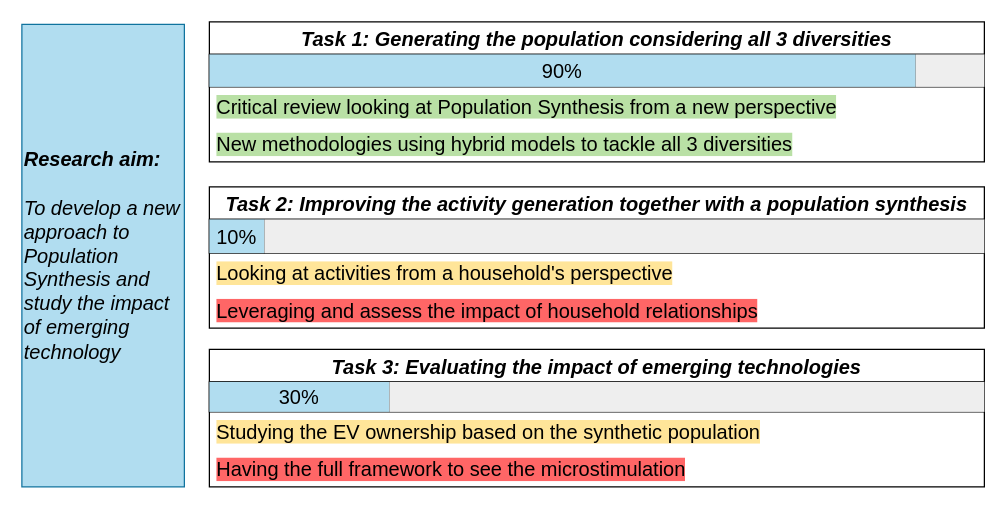
Before: PopSynthesis/Methods/Progress_review.drawio in bobkatla/PopSyn_Monash, a draw.io diagram. Source tidied: cells renumbered, new cells numbered last; positions are measured from the earlier drawing's top-left corner, leaving out a move shared by most shapes. Both pictures are drawn from the tidied source at 125%, with x=0, y=0 at pixel (21, 21).
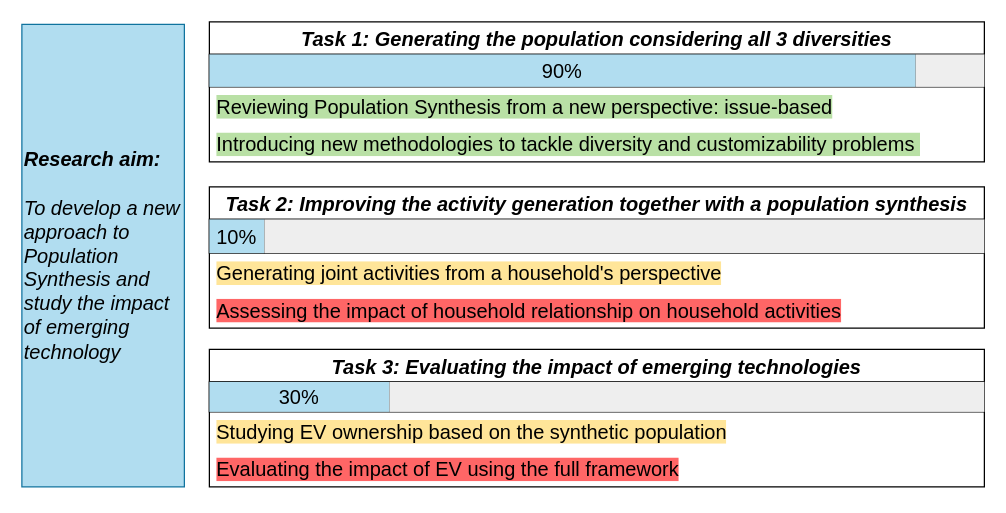
Above is the later version.

The change refers to these unchanged cells:
```xml
<mxCell id="3" value="Task 1: Generating the population considering all 3 diversities" style="swimlane;fontStyle=3;horizontal=1;startSize=26;align=center;fontSize=16;" parent="1" vertex="1">
  <mxGeometry x="150" width="620" height="112" as="geometry" />
</mxCell>
<mxCell id="10" value="Task 2: Improving the activity generation together with a population synthesis" style="swimlane;fontStyle=3;horizontal=1;startSize=26;align=center;fontSize=16;" parent="1" vertex="1">
  <mxGeometry x="150" y="132" width="620" height="113" as="geometry" />
</mxCell>
<mxCell id="17" value="Task 3: Evaluating the impact of emerging technologies" style="swimlane;fontStyle=3;horizontal=1;startSize=26;align=center;fontSize=16;" parent="1" vertex="1">
  <mxGeometry x="150" y="262" width="620" height="110" as="geometry" />
</mxCell>
```

The edit, as a diff of the source:
```diff
@@
-    <mxCell id="8" value="Critical review looking at Population Synthesis from a new perspective" style="text;strokeColor=none;fillColor=none;spacingLeft=4;spacingRight=4;overflow=hidden;fontSize=16;whiteSpace=wrap;html=1;labelBackgroundColor=#B9E0A5;textShadow=0;labelBorderColor=none;" parent="3" vertex="1">
+    <mxCell id="8" value="Reviewing Population Synthesis from a new perspective: issue-based" style="text;strokeColor=none;fillColor=none;spacingLeft=4;spacingRight=4;overflow=hidden;fontSize=16;whiteSpace=wrap;html=1;labelBackgroundColor=#B9E0A5;textShadow=0;labelBorderColor=none;" parent="3" vertex="1">
       <mxGeometry y="52" width="620" height="30" as="geometry" />
     </mxCell>
-    <mxCell id="9" value="New methodologies using hybrid models to tackle all 3 diversities" style="text;strokeColor=none;fillColor=none;spacingLeft=4;spacingRight=4;overflow=hidden;fontSize=16;whiteSpace=wrap;html=1;labelBackgroundColor=#B9E0A5;textShadow=0;labelBorderColor=none;" parent="3" vertex="1">
+    <mxCell id="9" value="Introducing new methodologies to tackle diversity and customizability problems&amp;nbsp;" style="text;strokeColor=none;fillColor=none;spacingLeft=4;spacingRight=4;overflow=hidden;fontSize=16;whiteSpace=wrap;html=1;labelBackgroundColor=#B9E0A5;textShadow=0;labelBorderColor=none;" parent="3" vertex="1">
       <mxGeometry y="82" width="620" height="30" as="geometry" />
     </mxCell>
@@
-    <mxCell id="15" value="&lt;font face=&quot;Helvetica&quot; style=&quot;font-size: 16px;&quot;&gt;Looking at activities from a household's perspective&lt;/font&gt;" style="text;strokeColor=none;fillColor=none;spacingLeft=4;spacingRight=4;overflow=hidden;fontSize=16;whiteSpace=wrap;html=1;labelBackgroundColor=#FFE599;" parent="10" vertex="1">
+    <mxCell id="15" value="&lt;font face=&quot;Helvetica&quot; style=&quot;font-size: 16px;&quot;&gt;Generating joint activities from a household's perspective&lt;/font&gt;" style="text;strokeColor=none;fillColor=none;spacingLeft=4;spacingRight=4;overflow=hidden;fontSize=16;whiteSpace=wrap;html=1;labelBackgroundColor=#FFE599;" parent="10" vertex="1">
       <mxGeometry y="53" width="620" height="30" as="geometry" />
     </mxCell>
-    <mxCell id="16" value="Leveraging and assess the impact of household relationships" style="text;strokeColor=none;fillColor=none;spacingLeft=4;spacingRight=4;overflow=hidden;fontSize=16;whiteSpace=wrap;html=1;labelBackgroundColor=#FF6666;" parent="10" vertex="1">
+    <mxCell id="16" value="Assessing the impact of household relationship on household activities" style="text;strokeColor=none;fillColor=none;spacingLeft=4;spacingRight=4;overflow=hidden;fontSize=16;whiteSpace=wrap;html=1;labelBackgroundColor=#FF6666;" parent="10" vertex="1">
       <mxGeometry y="83" width="620" height="30" as="geometry" />
     </mxCell>
@@
-    <mxCell id="22" value="Studying the EV ownership based on the synthetic population" style="text;strokeColor=none;fillColor=none;spacingLeft=4;spacingRight=4;overflow=hidden;fontSize=16;whiteSpace=wrap;html=1;labelBackgroundColor=#FFE599;" parent="17" vertex="1">
+    <mxCell id="22" value="Studying EV ownership based on the synthetic population" style="text;strokeColor=none;fillColor=none;spacingLeft=4;spacingRight=4;overflow=hidden;fontSize=16;whiteSpace=wrap;html=1;labelBackgroundColor=#FFE599;" parent="17" vertex="1">
       <mxGeometry y="50" width="620" height="30" as="geometry" />
     </mxCell>
-    <mxCell id="23" value="Having the full framework to see the microstimulation" style="text;strokeColor=none;fillColor=none;spacingLeft=4;spacingRight=4;overflow=hidden;fontSize=16;whiteSpace=wrap;html=1;labelBackgroundColor=#FF6666;" parent="17" vertex="1">
+    <mxCell id="23" value="Evaluating the impact of EV using the full framework" style="text;strokeColor=none;fillColor=none;spacingLeft=4;spacingRight=4;overflow=hidden;fontSize=16;whiteSpace=wrap;html=1;labelBackgroundColor=#FF6666;" parent="17" vertex="1">
       <mxGeometry y="80" width="620" height="30" as="geometry" />
     </mxCell>
```
